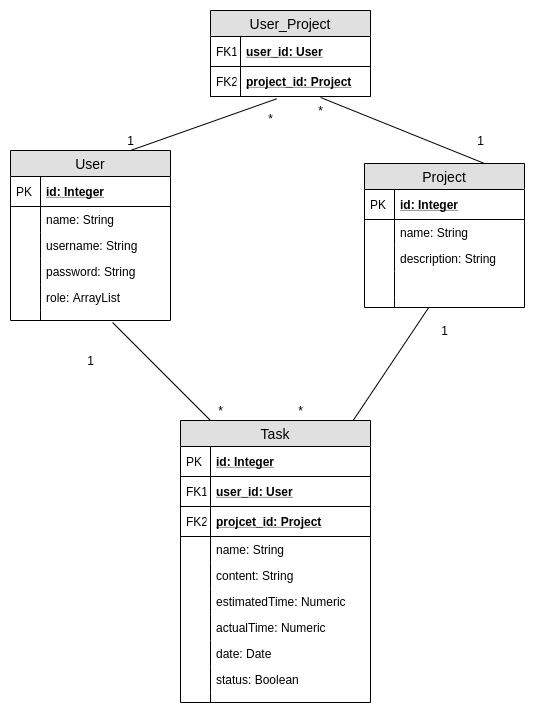
This is documentation/tietokantakaavio.png from lchz/projektin_tyoaikaseuranta, a draw.io export, as it was before one commit. Source tidied: cells renumbered, new cells last; positions are measured from the earlier drawing's top-left corner, leaving out a move shared by most shapes.
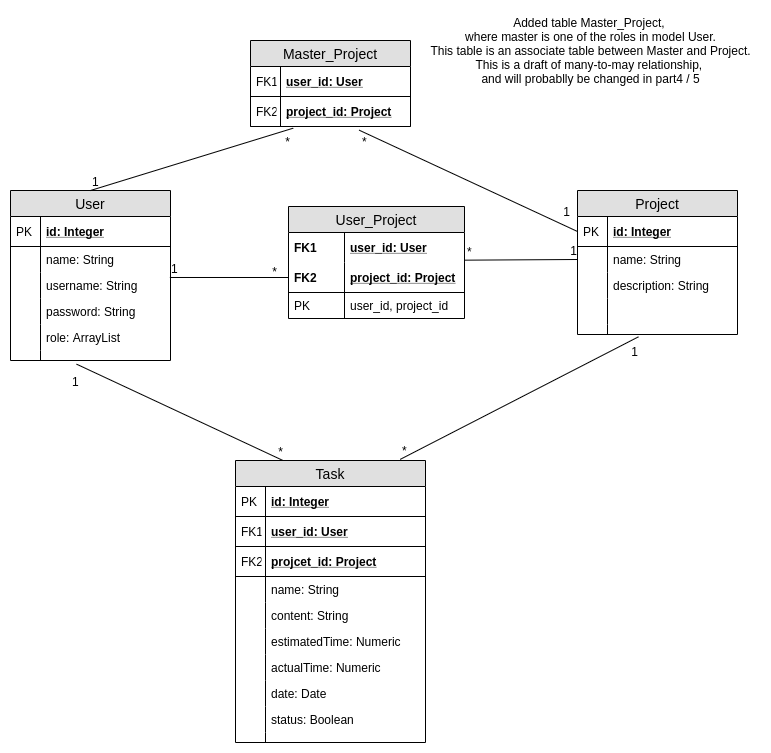
After the commit.

Commit message:
Added associate table master_project

Diff of the diagram source:
```diff
@@ -2,28 +2,8 @@
   <root>
     <mxCell id="0" />
     <mxCell id="1" parent="0" />
-    <mxCell id="2" style="endArrow=none;startArrow=none;shadow=0;strokeWidth=1;endSize=8;startSize=8;rounded=0;entryX=0.446;entryY=-0.067;entryDx=0;entryDy=0;entryPerimeter=0;endFill=0;startFill=0;" parent="1" edge="1" target="30">
-      <mxGeometry relative="1" as="geometry">
-        <mxPoint x="340" y="413.9" as="sourcePoint" />
-      </mxGeometry>
-    </mxCell>
-    <mxCell id="3" value="*" style="text;html=1;align=center;verticalAlign=middle;points=[];" parent="1" vertex="1">
-      <mxGeometry x="200" y="390" width="20" height="20" as="geometry" />
-    </mxCell>
-    <mxCell id="4" value="1" style="text;html=1;align=center;verticalAlign=middle;" parent="1" vertex="1">
-      <mxGeometry x="70" y="340" width="20" height="20" as="geometry" />
-    </mxCell>
-    <mxCell id="5" value="1" style="text;html=1;align=center;verticalAlign=middle;" parent="1" vertex="1">
-      <mxGeometry x="424" y="310" width="20" height="20" as="geometry" />
-    </mxCell>
-    <mxCell id="6" value="*" style="text;html=1;align=center;verticalAlign=middle;" parent="1" vertex="1">
-      <mxGeometry x="280" y="390" width="20" height="20" as="geometry" />
-    </mxCell>
-    <mxCell id="7" style="endArrow=none;html=1;entryX=0.638;entryY=1.2;entryDx=0;entryDy=0;entryPerimeter=0;exitX=0;exitY=1;exitDx=0;exitDy=0;exitPerimeter=0;" parent="1" edge="1" source="3" target="19">
-      <mxGeometry relative="1" as="geometry" />
-    </mxCell>
     <mxCell id="8" value="User" style="swimlane;fontStyle=0;horizontal=1;startSize=26;fillColor=#e0e0e0;swimlaneFillColor=#ffffff;align=center;fontSize=14;" parent="1" vertex="1">
-      <mxGeometry y="140" width="160" height="170" as="geometry" />
+      <mxGeometry x="-10" y="140" width="160" height="170" as="geometry" />
     </mxCell>
     <mxCell id="9" value="id: Integer" style="shape=partialRectangle;top=0;left=0;right=0;bottom=1;align=left;verticalAlign=middle;fillColor=none;spacingLeft=34;spacingRight=4;overflow=hidden;fontStyle=5;fontSize=12;" parent="8" vertex="1">
       <mxGeometry y="26" width="160" height="30" as="geometry" />
@@ -62,7 +42,7 @@
       <mxGeometry width="30" height="10" as="geometry" />
     </mxCell>
     <mxCell id="21" value="Project" style="swimlane;fontStyle=0;horizontal=1;startSize=26;fillColor=#e0e0e0;swimlaneFillColor=#ffffff;align=center;fontSize=14;" parent="1" vertex="1">
-      <mxGeometry x="354" y="153" width="160" height="144" as="geometry" />
+      <mxGeometry x="557" y="140" width="160" height="144" as="geometry" />
     </mxCell>
     <mxCell id="22" value="id: Integer" style="shape=partialRectangle;top=0;left=0;right=0;bottom=1;align=left;verticalAlign=middle;fillColor=none;spacingLeft=34;spacingRight=4;overflow=hidden;points=[[0,0.5],[1,0.5]];portConstraint=eastwest;fontStyle=5;fontSize=12;" parent="21" vertex="1">
       <mxGeometry y="26" width="160" height="30" as="geometry" />
@@ -95,7 +75,7 @@
       <mxGeometry width="30" height="10" as="geometry" />
     </mxCell>
     <mxCell id="32" value="Task" style="swimlane;fontStyle=0;horizontal=1;startSize=26;fillColor=#e0e0e0;swimlaneFillColor=#ffffff;align=center;fontSize=14;" parent="1" vertex="1">
-      <mxGeometry x="170" y="410" width="190" height="282" as="geometry" />
+      <mxGeometry x="215" y="410" width="190" height="282" as="geometry" />
     </mxCell>
     <mxCell id="33" value="id: Integer" style="shape=partialRectangle;top=0;left=0;right=0;bottom=1;align=left;verticalAlign=middle;fillColor=none;spacingLeft=34;spacingRight=4;overflow=hidden;fontStyle=5;fontSize=12;" parent="32" vertex="1">
       <mxGeometry y="26" width="190" height="30" as="geometry" />
@@ -157,8 +137,8 @@
     <mxCell id="52" style="shape=partialRectangle;top=0;left=0;bottom=0;fillColor=none;align=left;verticalAlign=top;spacingLeft=4;spacingRight=4;overflow=hidden;fontSize=12;" parent="51" vertex="1">
       <mxGeometry width="30" height="10" as="geometry" />
     </mxCell>
-    <mxCell id="53" value="User_Project" style="swimlane;fontStyle=0;horizontal=1;startSize=26;fillColor=#e0e0e0;swimlaneFillColor=#ffffff;align=center;fontSize=14;" parent="1" vertex="1">
-      <mxGeometry x="200" width="160" height="86" as="geometry" />
+    <mxCell id="53" value="Master_Project" style="swimlane;fontStyle=0;horizontal=1;startSize=26;fillColor=#e0e0e0;swimlaneFillColor=#ffffff;align=center;fontSize=14;" parent="1" vertex="1">
+      <mxGeometry x="230" y="-10" width="160" height="86" as="geometry" />
     </mxCell>
     <mxCell id="54" value="user_id: User" style="shape=partialRectangle;top=0;left=0;right=0;bottom=1;align=left;verticalAlign=middle;fillColor=none;spacingLeft=34;spacingRight=4;overflow=hidden;fontStyle=5;fontSize=12;" parent="53" vertex="1">
       <mxGeometry y="26" width="160" height="30" as="geometry" />
@@ -172,23 +152,95 @@
     <mxCell id="57" value="FK2" style="shape=partialRectangle;top=0;left=0;bottom=0;fillColor=none;align=left;verticalAlign=middle;spacingLeft=4;spacingRight=4;overflow=hidden;fontSize=12;" parent="56" vertex="1">
       <mxGeometry width="30" height="30" as="geometry" />
     </mxCell>
+    <mxCell id="64" value="Added table Master_Project,&amp;nbsp;&lt;br&gt;where master is one of the roles in model User.&lt;br&gt;This table is an associate table between Master and Project.&lt;br&gt;This is a draft of many-to-may relationship, &lt;br&gt;and will probablly be changed in part4 / 5" style="text;html=1;align=center;verticalAlign=middle;" parent="1" vertex="1">
+      <mxGeometry x="400" y="-40" width="340" height="80" as="geometry" />
+    </mxCell>
+    <mxCell id="65" value="User_Project" style="swimlane;fontStyle=0;horizontal=1;startSize=26;fillColor=#e0e0e0;swimlaneFillColor=#ffffff;align=center;fontSize=14;" parent="1" vertex="1">
+      <mxGeometry x="268" y="156" width="176" height="112" as="geometry" />
+    </mxCell>
+    <mxCell id="66" value="user_id: User" style="shape=partialRectangle;top=0;left=0;right=0;bottom=0;align=left;verticalAlign=middle;fillColor=none;spacingLeft=60;spacingRight=4;overflow=hidden;points=[[0,0.5],[1,0.5]];portConstraint=eastwest;fontStyle=5;fontSize=12;" parent="65" vertex="1">
+      <mxGeometry y="26" width="176" height="30" as="geometry" />
+    </mxCell>
+    <mxCell id="67" value="FK1" style="shape=partialRectangle;fontStyle=1;top=0;left=0;bottom=0;fillColor=none;align=left;verticalAlign=middle;spacingLeft=4;spacingRight=4;overflow=hidden;fontSize=12;" parent="66" vertex="1">
+      <mxGeometry width="56" height="30" as="geometry" />
+    </mxCell>
+    <mxCell id="68" value="project_id: Project" style="shape=partialRectangle;top=0;left=0;right=0;bottom=1;align=left;verticalAlign=middle;fillColor=none;spacingLeft=60;spacingRight=4;overflow=hidden;points=[[0,0.5],[1,0.5]];portConstraint=eastwest;fontStyle=5;fontSize=12;" parent="65" vertex="1">
+      <mxGeometry y="56" width="176" height="30" as="geometry" />
+    </mxCell>
+    <mxCell id="69" value="FK2" style="shape=partialRectangle;fontStyle=1;top=0;left=0;bottom=0;fillColor=none;align=left;verticalAlign=middle;spacingLeft=4;spacingRight=4;overflow=hidden;fontSize=12;" parent="68" vertex="1">
+      <mxGeometry width="56" height="30" as="geometry" />
+    </mxCell>
+    <mxCell id="70" value="user_id, project_id" style="shape=partialRectangle;top=0;left=0;right=0;bottom=0;align=left;verticalAlign=top;fillColor=none;spacingLeft=60;spacingRight=4;overflow=hidden;fontSize=12;" parent="65" vertex="1">
+      <mxGeometry y="86" width="176" height="26" as="geometry" />
+    </mxCell>
+    <mxCell id="71" value="PK" style="shape=partialRectangle;top=0;left=0;bottom=0;fillColor=none;align=left;verticalAlign=top;spacingLeft=4;spacingRight=4;overflow=hidden;fontSize=12;" parent="70" vertex="1">
+      <mxGeometry width="56" height="26" as="geometry" />
+    </mxCell>
+    <mxCell id="72" style="endArrow=none;html=1;rounded=0;exitX=0.996;exitY=0.192;exitDx=0;exitDy=0;exitPerimeter=0;entryX=0;entryY=0.5;entryDx=0;entryDy=0;" parent="1" edge="1" source="13" target="68">
+      <mxGeometry relative="1" as="geometry" />
+    </mxCell>
+    <mxCell id="73" value="1" style="html=1;align=left;verticalAlign=bottom;" parent="72" vertex="1">
+      <mxGeometry x="-1" relative="1" as="geometry" />
+    </mxCell>
+    <mxCell id="74" value="*" style="html=1;align=right;verticalAlign=bottom;" parent="72" vertex="1">
+      <mxGeometry x="1" relative="1" as="geometry">
+        <mxPoint x="-11.4" y="3" as="offset" />
+      </mxGeometry>
+    </mxCell>
+    <mxCell id="75" style="endArrow=none;html=1;rounded=0;entryX=0;entryY=0.5;entryDx=0;entryDy=0;exitX=1.004;exitY=0.922;exitDx=0;exitDy=0;exitPerimeter=0;" parent="1" edge="1" source="66" target="24">
+      <mxGeometry relative="1" as="geometry" />
+    </mxCell>
+    <mxCell id="76" value="*" style="html=1;align=left;verticalAlign=bottom;" parent="75" vertex="1">
+      <mxGeometry x="-1" relative="1" as="geometry" />
+    </mxCell>
+    <mxCell id="77" value="1" style="html=1;align=right;verticalAlign=bottom;" parent="75" vertex="1">
+      <mxGeometry x="1" relative="1" as="geometry" />
+    </mxCell>
+    <mxCell id="78" style="endArrow=none;html=1;rounded=0;exitX=0.679;exitY=1.122;exitDx=0;exitDy=0;exitPerimeter=0;entryX=0;entryY=0.5;entryDx=0;entryDy=0;" parent="1" edge="1" source="56" target="22">
+      <mxGeometry relative="1" as="geometry" />
+    </mxCell>
+    <mxCell id="79" value="*" style="html=1;align=left;verticalAlign=bottom;" parent="78" vertex="1">
+      <mxGeometry x="-1" relative="1" as="geometry">
+        <mxPoint x="1.4" y="20.3" as="offset" />
+      </mxGeometry>
+    </mxCell>
+    <mxCell id="80" value="1" style="html=1;align=right;verticalAlign=bottom;" parent="78" vertex="1">
+      <mxGeometry x="1" relative="1" as="geometry">
+        <mxPoint x="-7.2" y="-11.1" as="offset" />
+      </mxGeometry>
+    </mxCell>
-    <mxCell id="58" style="endArrow=none;html=1;rounded=0;exitX=0.75;exitY=0;exitDx=0;exitDy=0;entryX=0.413;entryY=1.078;entryDx=0;entryDy=0;entryPerimeter=0;" parent="1" edge="1" source="8" target="56">
+    <mxCell id="58" style="endArrow=none;html=1;rounded=0;entryX=0.267;entryY=1.056;entryDx=0;entryDy=0;entryPerimeter=0;exitX=0.5;exitY=0;exitDx=0;exitDy=0;" parent="1" edge="1" source="8" target="56">
       <mxGeometry relative="1" as="geometry" />
     </mxCell>
-    <mxCell id="59" value="1" style="text;html=1;align=center;verticalAlign=middle;" parent="1" vertex="1">
-      <mxGeometry x="110" y="120" width="20" height="20" as="geometry" />
-    </mxCell>
-    <mxCell id="60" value="1" style="text;html=1;align=center;verticalAlign=middle;" parent="1" vertex="1">
-      <mxGeometry x="460" y="120" width="20" height="20" as="geometry" />
-    </mxCell>
-    <mxCell id="61" value="*" style="text;html=1;align=center;verticalAlign=middle;" parent="1" vertex="1">
-      <mxGeometry x="250" y="98" width="20" height="20" as="geometry" />
-    </mxCell>
-    <mxCell id="62" value="*" style="text;html=1;align=center;verticalAlign=middle;" parent="1" vertex="1">
-      <mxGeometry x="300" y="90" width="20" height="20" as="geometry" />
-    </mxCell>
-    <mxCell id="63" style="endArrow=none;html=1;rounded=0;exitX=0.688;exitY=1.033;exitDx=0;exitDy=0;exitPerimeter=0;entryX=0.75;entryY=0;entryDx=0;entryDy=0;" parent="1" edge="1" source="56" target="21">
-      <mxGeometry relative="1" as="geometry" />
-    </mxCell>
+    <mxCell id="81" value="1" style="html=1;align=left;verticalAlign=bottom;" parent="58" vertex="1">
+      <mxGeometry x="-1" relative="1" as="geometry" />
+    </mxCell>
+    <mxCell id="82" value="*" style="html=1;align=right;verticalAlign=bottom;" parent="58" vertex="1">
+      <mxGeometry x="1" relative="1" as="geometry">
+        <mxPoint x="-2.9" y="22.4" as="offset" />
+      </mxGeometry>
+    </mxCell>
+    <mxCell id="83" style="endArrow=none;html=1;rounded=0;exitX=0.867;exitY=-0.004;exitDx=0;exitDy=0;exitPerimeter=0;entryX=0.381;entryY=1.233;entryDx=0;entryDy=0;entryPerimeter=0;" parent="1" edge="1" source="32" target="30">
+      <mxGeometry relative="1" as="geometry" />
+    </mxCell>
+    <mxCell id="84" value="*" style="html=1;align=left;verticalAlign=bottom;" parent="83" vertex="1">
+      <mxGeometry x="-1" relative="1" as="geometry" />
+    </mxCell>
+    <mxCell id="85" value="1" style="html=1;align=right;verticalAlign=bottom;" parent="83" vertex="1">
+      <mxGeometry x="1" relative="1" as="geometry">
+        <mxPoint y="23.8" as="offset" />
+      </mxGeometry>
+    </mxCell>
+    <mxCell id="86" style="endArrow=none;html=1;rounded=0;exitX=0.413;exitY=1.367;exitDx=0;exitDy=0;exitPerimeter=0;entryX=0.25;entryY=0;entryDx=0;entryDy=0;" parent="1" edge="1" source="19" target="32">
+      <mxGeometry relative="1" as="geometry" />
+    </mxCell>
+    <mxCell id="87" value="1" style="html=1;align=left;verticalAlign=bottom;" parent="86" vertex="1">
+      <mxGeometry x="-1" relative="1" as="geometry">
+        <mxPoint x="-6.1" y="26.3" as="offset" />
+      </mxGeometry>
+    </mxCell>
+    <mxCell id="88" value="*" style="html=1;align=right;verticalAlign=bottom;" parent="86" vertex="1">
+      <mxGeometry x="1" relative="1" as="geometry" />
+    </mxCell>
   </root>
 </mxGraphModel>
```
